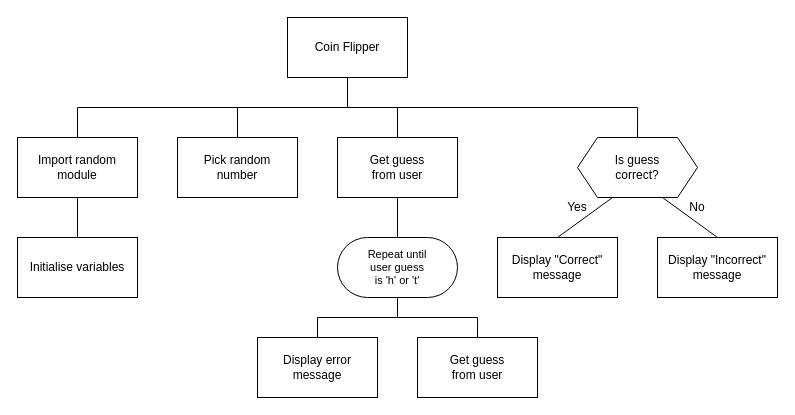
The draw.io diagram page "sd2" (2 of 2) of n5-cs/sdd/N5-SDD-Coin-Flipper/assets/N5 SDD Coin Flipper.drawio in MrFriendCS/MrFriendCS.github.io, before the edit. Source tidied: cells renumbered, new cells numbered last; positions are measured from the earlier drawing's top-left corner, leaving out a move shared by most shapes. Both pictures are drawn from the tidied source at 100%, with x=0, y=0 at pixel (17, 17).
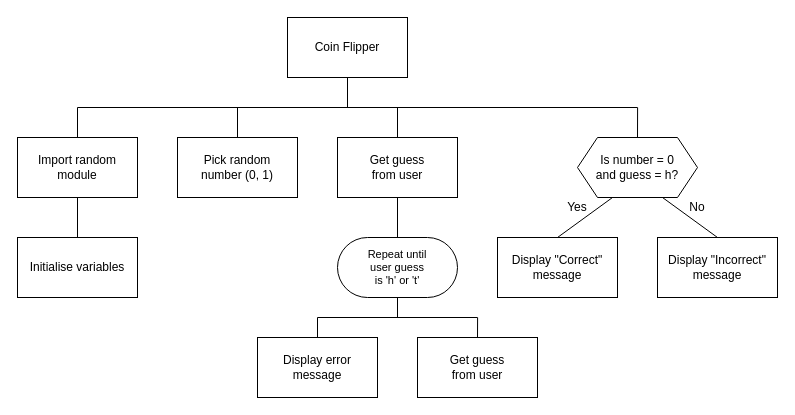
The same page after the edit.

What changed in the source:
```diff
@@
-    <mxCell id="13" value="Pick random&lt;div&gt;number&lt;br&gt;&lt;/div&gt;" style="rounded=0;whiteSpace=wrap;html=1;fillColor=none;" parent="1" vertex="1">
+    <mxCell id="13" value="Pick random&lt;div&gt;number (0, 1)&lt;br&gt;&lt;/div&gt;" style="rounded=0;whiteSpace=wrap;html=1;fillColor=none;" parent="1" vertex="1">
       <mxGeometry x="160" y="120" width="120" height="60" as="geometry" />
     </mxCell>
@@
-    <mxCell id="23" value="Is guess&lt;div&gt;correct?&lt;/div&gt;" style="shape=hexagon;perimeter=hexagonPerimeter2;whiteSpace=wrap;html=1;fixedSize=1;fontFamily=Helvetica;fontSize=12;fontColor=default;labelBackgroundColor=default;fillColor=none;" parent="1" vertex="1">
+    <mxCell id="23" value="Is number = 0&lt;div&gt;and guess = h?&lt;/div&gt;" style="shape=hexagon;perimeter=hexagonPerimeter2;whiteSpace=wrap;html=1;fixedSize=1;fontFamily=Helvetica;fontSize=12;fontColor=default;labelBackgroundColor=default;fillColor=none;" parent="1" vertex="1">
       <mxGeometry x="560" y="120" width="120" height="60" as="geometry" />
     </mxCell>
```
